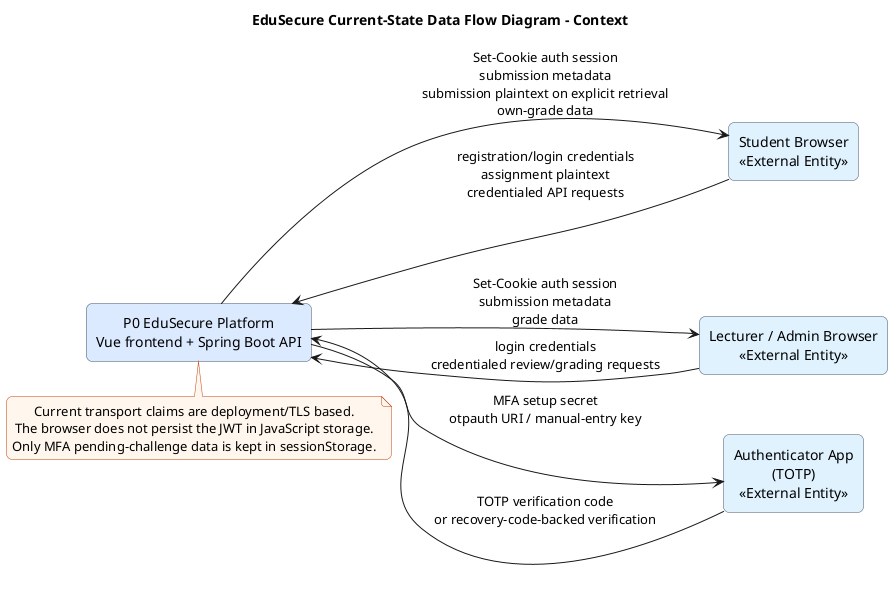
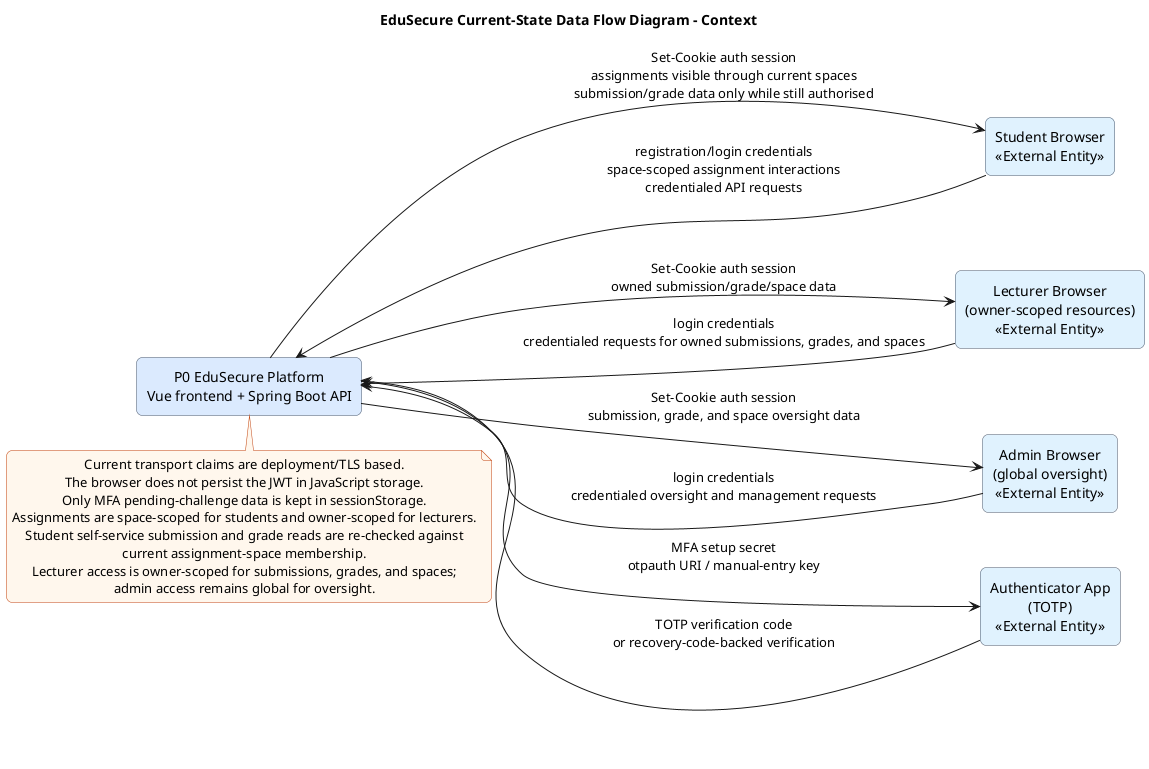
@startuml
left to right direction
skinparam shadowing false
skinparam roundcorner 12
skinparam defaultTextAlignment center
skinparam rectangle {
  BackgroundColor #F8FAFC
  BorderColor #475569
}
skinparam note {
  BackgroundColor #FFF7ED
  BorderColor #C2410C
}

title EduSecure Current-State Data Flow Diagram - Context

rectangle "Student Browser\n<<External Entity>>" as Student #E0F2FE
- rectangle "Lecturer / Admin Browser\n<<External Entity>>" as Staff #E0F2FE
+ rectangle "Lecturer Browser\n(owner-scoped resources)\n<<External Entity>>" as Lecturer #E0F2FE
+ rectangle "Admin Browser\n(global oversight)\n<<External Entity>>" as Admin #E0F2FE
rectangle "Authenticator App\n(TOTP)\n<<External Entity>>" as Authenticator #E0F2FE

rectangle "P0 EduSecure Platform\nVue frontend + Spring Boot API" as System #DBEAFE

- Student --> System : registration/login credentials\nassignment plaintext\ncredentialed API requests
- System --> Student : Set-Cookie auth session\nsubmission metadata\nsubmission plaintext on explicit retrieval\nown-grade data
+ Student --> System : registration/login credentials\nspace-scoped assignment interactions\ncredentialed API requests
+ System --> Student : Set-Cookie auth session\nassignments visible through current spaces\nsubmission/grade data only while still authorised

- Staff --> System : login credentials\ncredentialed review/grading requests
- System --> Staff : Set-Cookie auth session\nsubmission metadata\ngrade data
+ Lecturer --> System : login credentials\ncredentialed requests for owned submissions, grades, and spaces
+ System --> Lecturer : Set-Cookie auth session\nowned submission/grade/space data
+ 
+ Admin --> System : login credentials\ncredentialed oversight and management requests
+ System --> Admin : Set-Cookie auth session\nsubmission, grade, and space oversight data

System --> Authenticator : MFA setup secret\notpauth URI / manual-entry key
Authenticator --> System : TOTP verification code\nor recovery-code-backed verification

note bottom of System
Current transport claims are deployment/TLS based.
The browser does not persist the JWT in JavaScript storage.
Only MFA pending-challenge data is kept in sessionStorage.
+ Assignments are space-scoped for students and owner-scoped for lecturers.
+ Student self-service submission and grade reads are re-checked against
+ current assignment-space membership.
+ Lecturer access is owner-scoped for submissions, grades, and spaces;
+ admin access remains global for oversight.
end note
@enduml


